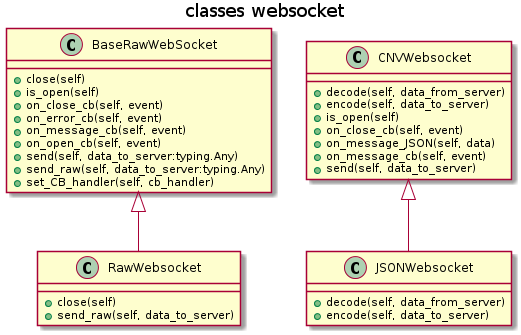
cfe-lab/stocky keeps this PlantUML diagram as stocky-devel/stocky/docs/source/uml_images/classes_websocket_classes.png. Above is the earlier version. Source of this version:
```plantuml
@startuml
title classes websocket
class BaseRawWebSocket {
    +close(self)
    +is_open(self)
    +on_close_cb(self, event)
    +on_error_cb(self, event)
    +on_message_cb(self, event)
    +on_open_cb(self, event)
    +send(self, data_to_server:typing.Any)
    +send_raw(self, data_to_server:typing.Any)
    +set_CB_handler(self, cb_handler)
}
class RawWebsocket {
    +close(self)
    +send_raw(self, data_to_server)
}
class CNVWebsocket {
    +decode(self, data_from_server)
    +encode(self, data_to_server)
    +is_open(self)
    +on_close_cb(self, event)
    +on_message_JSON(self, data)
    +on_message_cb(self, event)
    +send(self, data_to_server)
}
class JSONWebsocket {
    +decode(self, data_from_server)
    +encode(self, data_to_server)
}

BaseRawWebSocket <|-- RawWebsocket
CNVWebsocket <|-- JSONWebsocket

@enduml
```
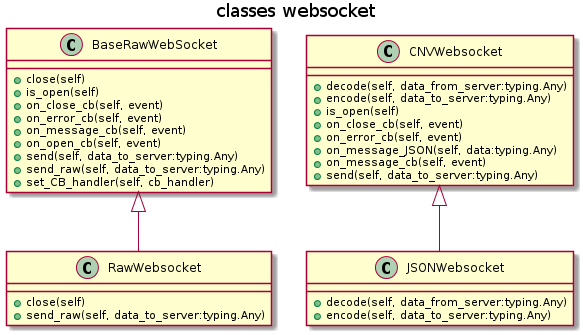
Later version of the same file.

What changed in the source:
```diff
@@ -13,20 +13,21 @@
 }
 class RawWebsocket {
     +close(self)
-    +send_raw(self, data_to_server)
+    +send_raw(self, data_to_server:typing.Any)
 }
 class CNVWebsocket {
-    +decode(self, data_from_server)
-    +encode(self, data_to_server)
+    +decode(self, data_from_server:typing.Any)
+    +encode(self, data_to_server:typing.Any)
     +is_open(self)
     +on_close_cb(self, event)
-    +on_message_JSON(self, data)
+    +on_error_cb(self, event)
+    +on_message_JSON(self, data:typing.Any)
     +on_message_cb(self, event)
-    +send(self, data_to_server)
+    +send(self, data_to_server:typing.Any)
 }
 class JSONWebsocket {
-    +decode(self, data_from_server)
-    +encode(self, data_to_server)
+    +decode(self, data_from_server:typing.Any)
+    +encode(self, data_to_server:typing.Any)
 }
 
 BaseRawWebSocket <|-- RawWebsocket
```
